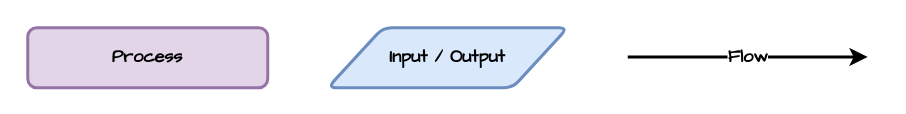
Before: page "flowchart_symbol_1" (1 of 21) of flowcharts.drawio in DamoM73/turtle_vid_tute, a draw.io diagram. Source tidied: cells renumbered, new cells numbered last; positions are measured from the earlier drawing's top-left corner, leaving out a move shared by most shapes. Both pictures are drawn from the tidied source at 150%, with x=0, y=0 at pixel (27, 27).
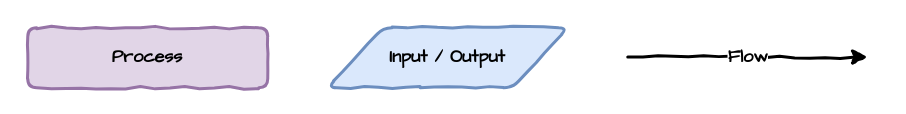
Above is the later version.

Diff of the diagram source:
```diff
@@
 <mxGraphModel>
   <root>
     <mxCell id="0" />
     <mxCell id="1" parent="0" />
-    <mxCell id="2" value="Flow" style="endArrow=classic;html=1;rounded=0;strokeWidth=2;fontFamily=Comic Sans MS;fontSize=12;fontStyle=1;" parent="1" edge="1">
+    <mxCell id="2" value="Flow" style="endArrow=classic;html=1;rounded=0;strokeWidth=2;fontFamily=Comic Sans MS;fontSize=12;fontStyle=1;sketch=1;shadow=0;sketchStyle=comic;" parent="1" edge="1">
       <mxGeometry relative="1" as="geometry">
         <mxPoint x="400" y="19.5" as="sourcePoint" />
         <mxPoint x="560" y="19.5" as="targetPoint" />
       </mxGeometry>
     </mxCell>
-    <mxCell id="3" value="Process" style="rounded=1;whiteSpace=wrap;html=1;strokeWidth=2;fontFamily=Comic Sans MS;fontSize=12;fillColor=#e1d5e7;strokeColor=#9673a6;fontStyle=1;" parent="1" vertex="1">
+    <mxCell id="3" value="Process" style="rounded=1;whiteSpace=wrap;html=1;strokeWidth=2;fontFamily=Comic Sans MS;fontSize=12;fillColor=#e1d5e7;strokeColor=#9673a6;fontStyle=1;sketch=1;shadow=0;sketchStyle=comic;" parent="1" vertex="1">
       <mxGeometry width="160" height="40" as="geometry" />
     </mxCell>
-    <mxCell id="4" value="Input / Output" style="shape=parallelogram;html=1;strokeWidth=2;perimeter=parallelogramPerimeter;whiteSpace=wrap;rounded=1;arcSize=12;size=0.23;fillColor=#dae8fc;strokeColor=#6c8ebf;fontFamily=Comic Sans MS;fontStyle=1;" parent="1" vertex="1">
+    <mxCell id="4" value="Input / Output" style="shape=parallelogram;html=1;strokeWidth=2;perimeter=parallelogramPerimeter;whiteSpace=wrap;rounded=1;arcSize=12;size=0.23;fillColor=#dae8fc;strokeColor=#6c8ebf;fontFamily=Comic Sans MS;fontStyle=1;sketch=1;shadow=0;sketchStyle=comic;" parent="1" vertex="1">
       <mxGeometry x="200" width="160" height="40" as="geometry" />
     </mxCell>
   </root>
 </mxGraphModel>
```
